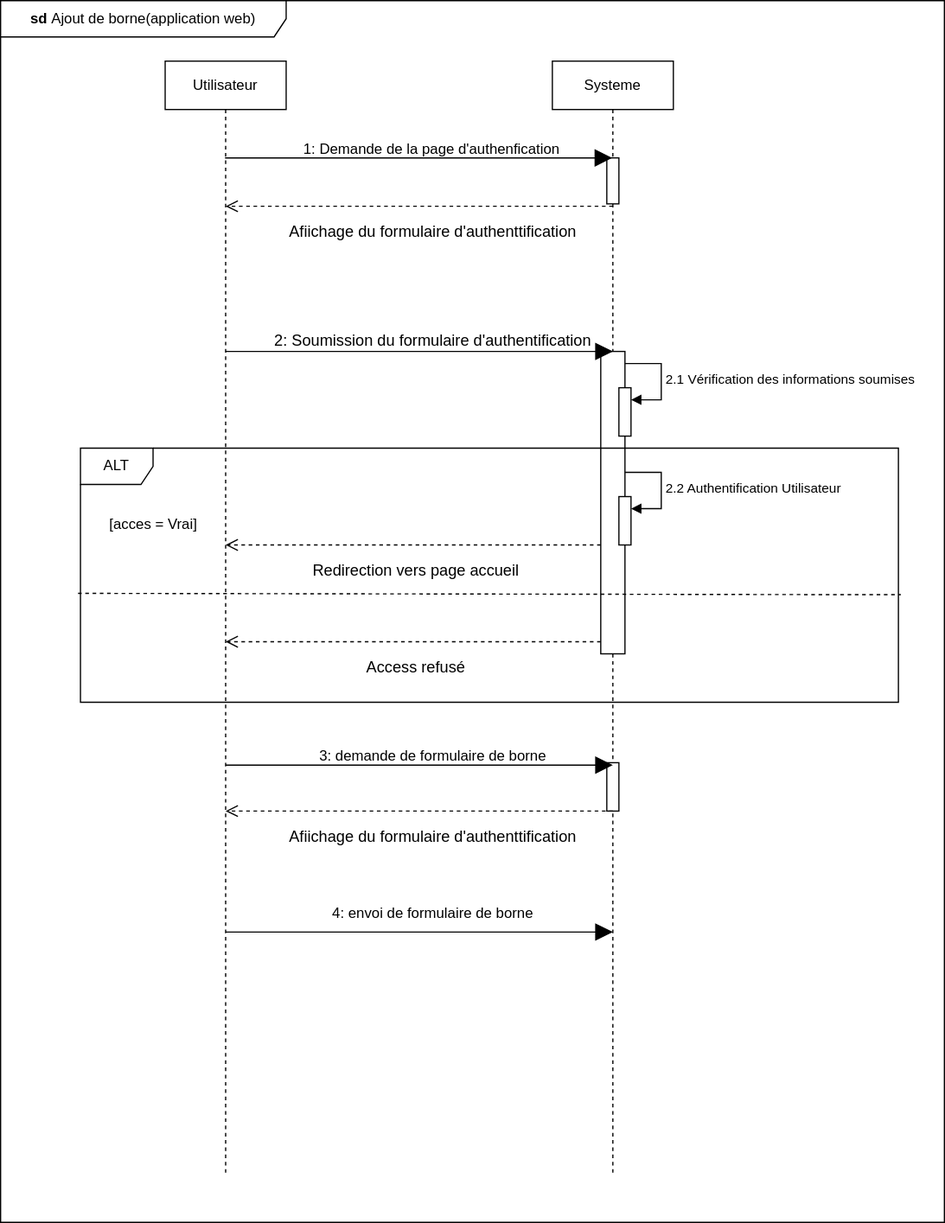
This is static/Diagramme de séquence ajout de borne dans flask .drawio.svg from Siluearsene/borne_biometrique, a draw.io export, as it was before one commit. Source tidied: cells renumbered, new cells last; positions are measured from the earlier drawing's top-left corner, leaving out a move shared by most shapes.
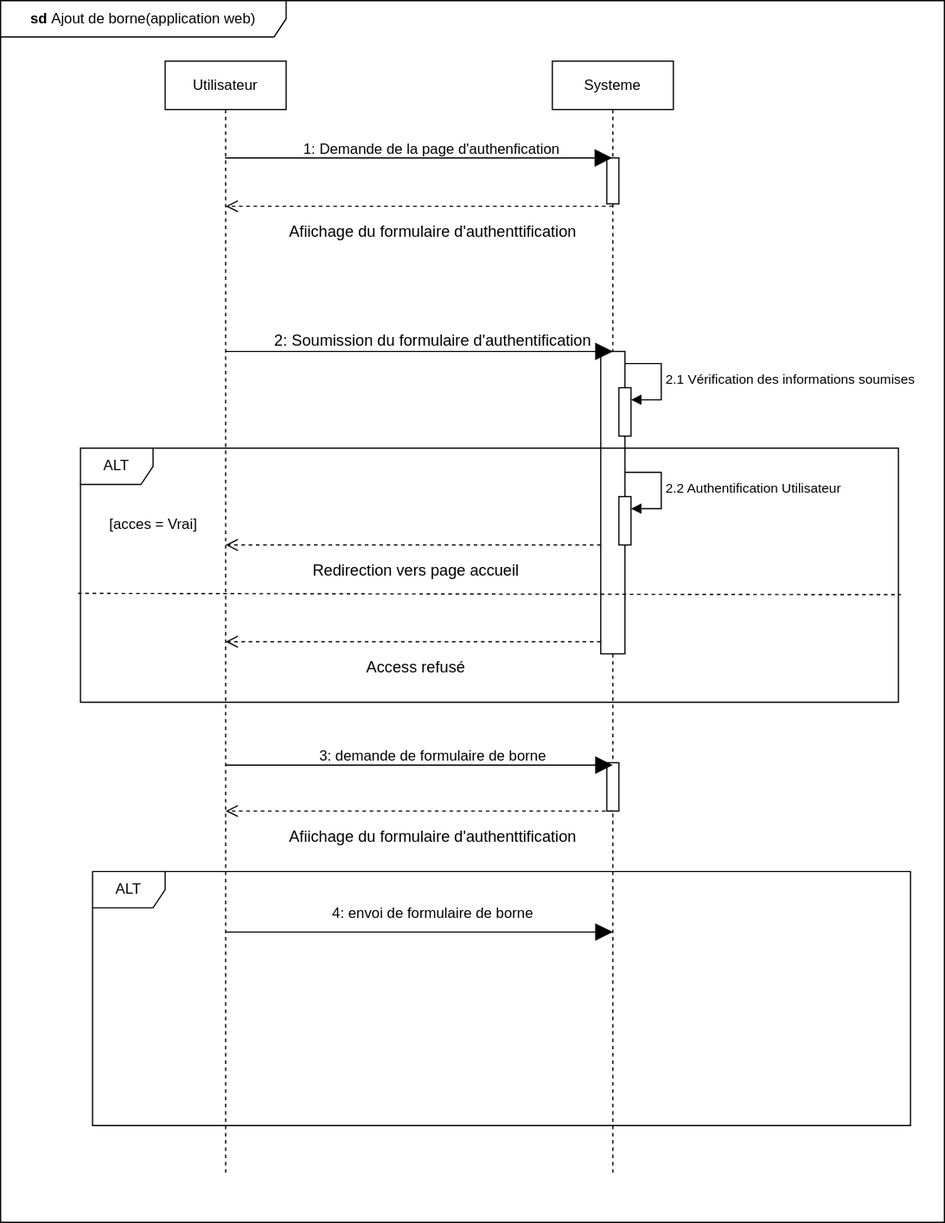
Above is the later version.

Commit message:
Mettre à jour Diagramme de séquence ajout de borne dans flask .drawio.svg

Diff of the diagram source:
```diff
@@ -150,5 +150,8 @@
     <mxCell id="30" value="4: envoi de formulaire de borne" style="text;html=1;align=center;verticalAlign=middle;strokeColor=none;fillColor=none;rounded=0;" parent="1" vertex="1">
       <mxGeometry x="261.5" y="740" width="190" height="30" as="geometry" />
     </mxCell>
+    <mxCell id="31" value="ALT" style="shape=umlFrame;whiteSpace=wrap;html=1;" parent="1" vertex="1">
+      <mxGeometry x="76" y="720" width="676" height="210" as="geometry" />
+    </mxCell>
   </root>
 </mxGraphModel>
```
